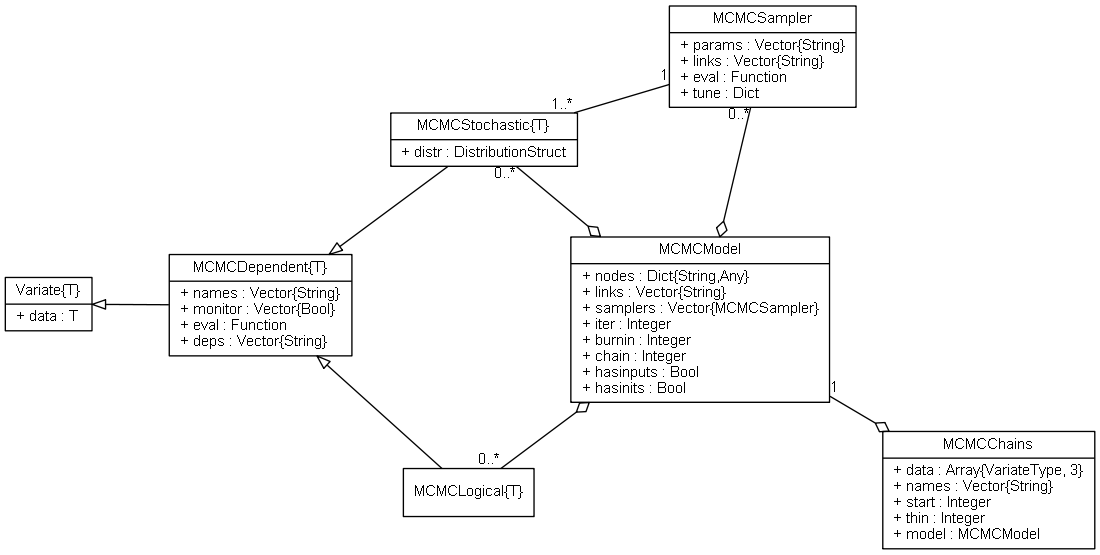
brian-j-smith/Mamba.jl keeps this Graphviz diagram as doc/images/mcmcUML.png. Above is the earlier version. Its source is kept beside it as doc/images/mcmcUML.dot.
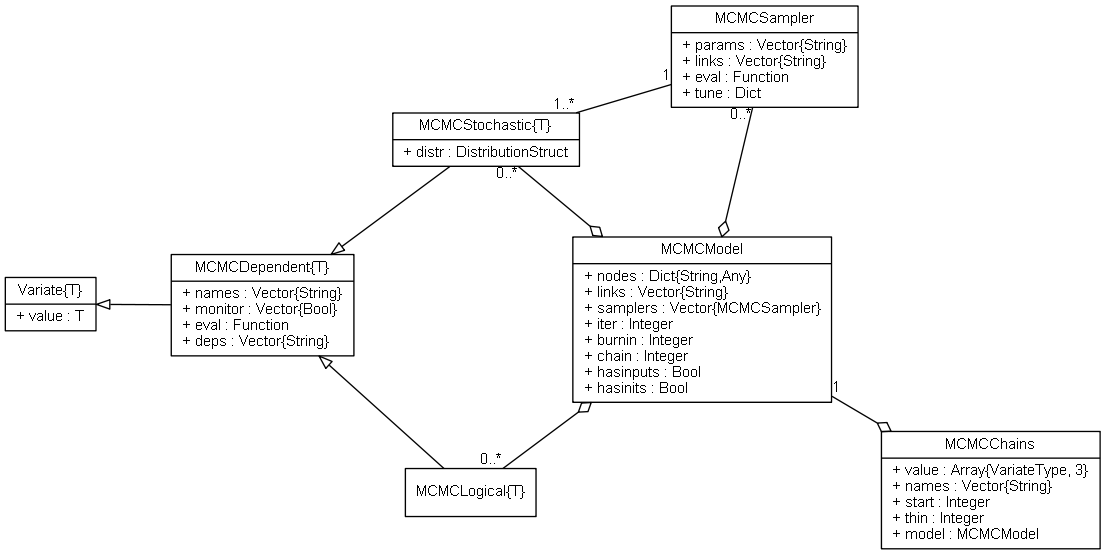
After the commit.

Diff of the diagram source:
```diff
@@ -8,7 +8,7 @@
 
 	edge [fontname = "Helvetica", fontsize = 11, dir = both, arrowtail = none, arrowhead = none]
 
-	Variate [label = "{Variate\{T\}|+ data : T\l}"]
+	Variate [label = "{Variate\{T\}|+ value : T\l}"]
 
 	MCMCDependent [label = "{MCMCDependent\{T\}|+ names : Vector\{String\}\l+ monitor : Vector\{Bool\}\l+ eval : Function\l+ deps : Vector\{String\}\l}"]
 
@@ -20,7 +20,7 @@
 
 	MCMCModel [label = "{MCMCModel|+ nodes : Dict\{String,Any\}\l+ links : Vector\{String\}\l+ samplers : Vector\{MCMCSampler\}\l+ iter : Integer\l+ burnin : Integer\l+ chain : Integer\l+ hasinputs : Bool\l+ hasinits : Bool\l}"]
 
-	MCMCChains [label = "{MCMCChains|+ data : Array\{VariateType, 3\}\l+ names : Vector\{String\}\l+ start : Integer\l+ thin : Integer\l+ model : MCMCModel\l}"]
+	MCMCChains [label = "{MCMCChains|+ value : Array\{VariateType, 3\}\l+ names : Vector\{String\}\l+ start : Integer\l+ thin : Integer\l+ model : MCMCModel\l}"]
 
 	MCMCDependent -- Variate[len = 0.8, arrowhead = empty]
 	MCMCLogical -- MCMCDependent[arrowhead = empty]
```
